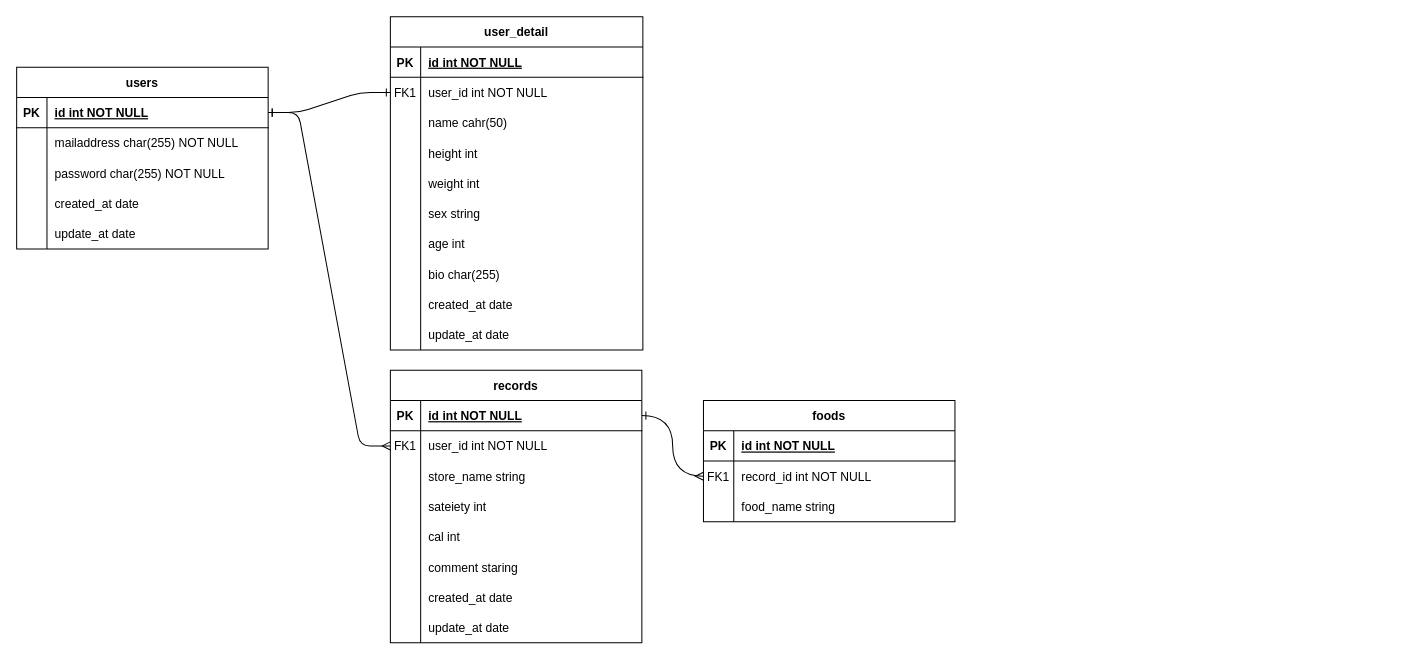
Earlier version of the draw.io diagram ER図.drawio (kouki515/laravel-render-test). Source tidied: cells renumbered, new cells numbered last; positions are measured from the earlier drawing's top-left corner, leaving out a move shared by most shapes. Both pictures are drawn from the tidied source at 101%, with x=0, y=0 at pixel (16, 16).
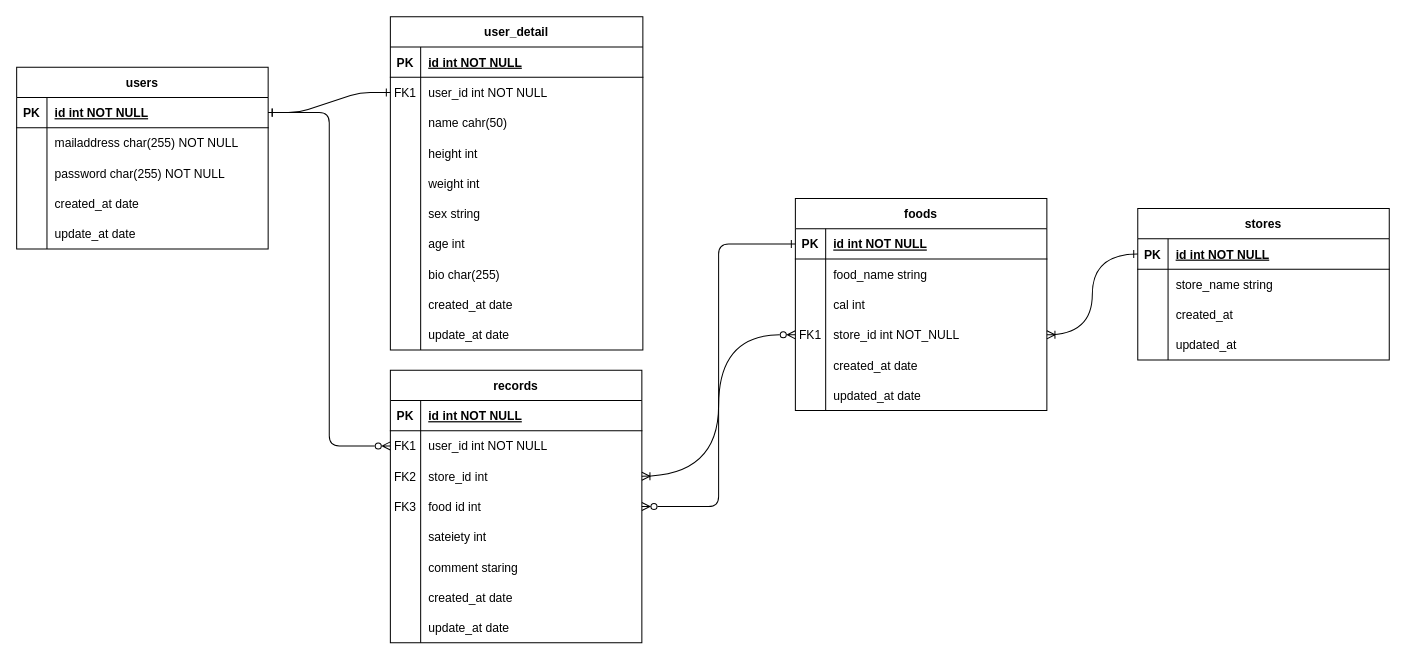
After the change.

The change refers to these unchanged cells:
```xml
<mxCell id="35" style="shape=partialRectangle;fillColor=none;points=[[0,0.5],[1,0.5]];portConstraint=eastwest;top=0;left=0;right=0;bottom=1;" parent="34" vertex="1">
  <mxGeometry y="30" width="249" height="30" as="geometry" />
</mxCell>
<mxCell id="50" value="records" style="shape=table;startSize=30;childLayout=tableLayout;rowLines=0;fontStyle=1;align=center;" parent="1" vertex="1">
  <mxGeometry x="370" y="350" width="249" height="270" as="geometry" />
</mxCell>
<mxCell id="51" style="shape=partialRectangle;fillColor=none;points=[[0,0.5],[1,0.5]];portConstraint=eastwest;top=0;left=0;right=0;bottom=1;" parent="50" vertex="1">
  <mxGeometry y="30" width="249" height="30" as="geometry" />
</mxCell>
<mxCell id="54" style="shape=partialRectangle;fillColor=none;points=[[0,0.5],[1,0.5]];portConstraint=eastwest;top=0;left=0;right=0;bottom=0;" parent="50" vertex="1">
  <mxGeometry y="60" width="249" height="30" as="geometry" />
</mxCell>
<mxCell id="57" style="shape=partialRectangle;fillColor=none;points=[[0,0.5],[1,0.5]];portConstraint=eastwest;top=0;left=0;right=0;bottom=0;" parent="50" vertex="1">
  <mxGeometry y="90" width="249" height="30" as="geometry" />
</mxCell>
<mxCell id="76" style="shape=partialRectangle;fillColor=none;points=[[0,0.5],[1,0.5]];portConstraint=eastwest;top=0;left=0;right=0;bottom=1;" parent="75" vertex="1">
  <mxGeometry y="30" width="249" height="30" as="geometry" />
</mxCell>
```

Change to the diagram source:
```diff
@@
-    <mxCell id="58" style="shape=partialRectangle;overflow=hidden;fillColor=none;top=0;left=0;bottom=0;right=0;" parent="57" vertex="1">
+    <mxCell id="58" value="FK2" style="shape=partialRectangle;overflow=hidden;fillColor=none;top=0;left=0;bottom=0;right=0;" parent="57" vertex="1">
       <mxGeometry width="30" height="30" as="geometry" />
     </mxCell>
-    <mxCell id="59" value="store_name string" style="shape=partialRectangle;overflow=hidden;fillColor=none;top=0;left=0;bottom=0;right=0;align=left;spacingLeft=6;" parent="57" vertex="1">
+    <mxCell id="59" value="store_id int" style="shape=partialRectangle;overflow=hidden;fillColor=none;top=0;left=0;bottom=0;right=0;align=left;spacingLeft=6;" parent="57" vertex="1">
       <mxGeometry x="30" width="219" height="30" as="geometry" />
     </mxCell>
+    <mxCell id="87" style="shape=partialRectangle;fillColor=none;points=[[0,0.5],[1,0.5]];portConstraint=eastwest;top=0;left=0;right=0;bottom=0;" parent="50" vertex="1">
+      <mxGeometry y="120" width="249" height="30" as="geometry" />
+    </mxCell>
+    <mxCell id="88" value="FK3" style="shape=partialRectangle;overflow=hidden;fillColor=none;top=0;left=0;bottom=0;right=0;" parent="87" vertex="1">
+      <mxGeometry width="30" height="30" as="geometry" />
+    </mxCell>
+    <mxCell id="89" value="food id int" style="shape=partialRectangle;overflow=hidden;fillColor=none;top=0;left=0;bottom=0;right=0;align=left;spacingLeft=6;" parent="87" vertex="1">
+      <mxGeometry x="30" width="219" height="30" as="geometry" />
+    </mxCell>
     <mxCell id="60" style="shape=partialRectangle;fillColor=none;top=0;left=0;right=0;bottom=0;" parent="50" vertex="1">
-      <mxGeometry y="120" width="249" height="30" as="geometry" />
+      <mxGeometry y="150" width="249" height="30" as="geometry" />
     </mxCell>
@@
-    <mxCell id="63" style="shape=partialRectangle;fillColor=none;top=0;left=0;right=0;bottom=0;" parent="50" vertex="1">
-      <mxGeometry y="150" width="249" height="30" as="geometry" />
-    </mxCell>
-    <mxCell id="64" style="shape=partialRectangle;overflow=hidden;fillColor=none;top=0;left=0;bottom=0;right=0;" parent="63" vertex="1">
-      <mxGeometry width="30" height="30" as="geometry" />
-    </mxCell>
-    <mxCell id="65" value="cal int" style="shape=partialRectangle;overflow=hidden;fillColor=none;top=0;left=0;bottom=0;right=0;align=left;spacingLeft=6;" parent="63" vertex="1">
-      <mxGeometry x="30" width="219" height="30" as="geometry" />
-    </mxCell>
@@
     <mxCell id="75" value="foods" style="shape=table;startSize=30;childLayout=tableLayout;rowLines=0;fontStyle=1;align=center;" parent="1" vertex="1">
-      <mxGeometry x="680" y="380" width="249" height="120" as="geometry" />
+      <mxGeometry x="771" y="180" width="249" height="210" as="geometry" />
     </mxCell>
@@
-    <mxCell id="79" style="shape=partialRectangle;fillColor=none;points=[[0,0.5],[1,0.5]];portConstraint=eastwest;top=0;left=0;right=0;bottom=0;" parent="75" vertex="1">
-      <mxGeometry y="60" width="249" height="30" as="geometry" />
-    </mxCell>
-    <mxCell id="80" value="FK1" style="shape=partialRectangle;overflow=hidden;fillColor=none;top=0;left=0;bottom=0;right=0;" parent="79" vertex="1">
-      <mxGeometry width="30" height="30" as="geometry" />
-    </mxCell>
-    <mxCell id="81" value="record_id int NOT NULL" style="shape=partialRectangle;overflow=hidden;fillColor=none;top=0;left=0;bottom=0;right=0;align=left;spacingLeft=6;" parent="79" vertex="1">
-      <mxGeometry x="30" width="219" height="30" as="geometry" />
-    </mxCell>
     <mxCell id="82" style="shape=partialRectangle;fillColor=none;top=0;left=0;right=0;bottom=0;" parent="75" vertex="1">
-      <mxGeometry y="90" width="249" height="30" as="geometry" />
+      <mxGeometry y="60" width="249" height="30" as="geometry" />
     </mxCell>
@@
-    <mxCell id="85" style="edgeStyle=orthogonalEdgeStyle;html=1;exitX=1;exitY=0.5;exitDx=0;exitDy=0;entryX=0;entryY=0.5;entryDx=0;entryDy=0;startArrow=ERone;startFill=0;endArrow=ERmany;endFill=0;curved=1;" parent="1" edge="1" source="51" target="79">
-      <mxGeometry relative="1" as="geometry" />
-    </mxCell>
+    <mxCell id="63" style="shape=partialRectangle;fillColor=none;top=0;left=0;right=0;bottom=0;" parent="75" vertex="1">
+      <mxGeometry y="90" width="249" height="30" as="geometry" />
+    </mxCell>
+    <mxCell id="64" style="shape=partialRectangle;overflow=hidden;fillColor=none;top=0;left=0;bottom=0;right=0;" parent="63" vertex="1">
+      <mxGeometry width="30" height="30" as="geometry" />
+    </mxCell>
+    <mxCell id="65" value="cal int" style="shape=partialRectangle;overflow=hidden;fillColor=none;top=0;left=0;bottom=0;right=0;align=left;spacingLeft=6;" parent="63" vertex="1">
+      <mxGeometry x="30" width="219" height="30" as="geometry" />
+    </mxCell>
+    <mxCell id="90" style="shape=partialRectangle;fillColor=none;points=[[0,0.5],[1,0.5]];portConstraint=eastwest;top=0;left=0;right=0;bottom=0;" parent="75" vertex="1">
+      <mxGeometry y="120" width="249" height="30" as="geometry" />
+    </mxCell>
+    <mxCell id="80" value="FK1" style="shape=partialRectangle;overflow=hidden;fillColor=none;top=0;left=0;bottom=0;right=0;" parent="90" vertex="1">
+      <mxGeometry width="30" height="30" as="geometry" />
+    </mxCell>
+    <mxCell id="91" value="store_id int NOT_NULL" style="shape=partialRectangle;overflow=hidden;fillColor=none;top=0;left=0;bottom=0;right=0;align=left;spacingLeft=6;" parent="90" vertex="1">
+      <mxGeometry x="30" width="219" height="30" as="geometry" />
+    </mxCell>
+    <mxCell id="92" style="shape=partialRectangle;fillColor=none;top=0;left=0;right=0;bottom=0;" parent="75" vertex="1">
+      <mxGeometry y="150" width="249" height="30" as="geometry" />
+    </mxCell>
+    <mxCell id="93" style="shape=partialRectangle;overflow=hidden;fillColor=none;top=0;left=0;bottom=0;right=0;" parent="92" vertex="1">
+      <mxGeometry width="30" height="30" as="geometry" />
+    </mxCell>
+    <mxCell id="94" value="created_at date" style="shape=partialRectangle;overflow=hidden;fillColor=none;top=0;left=0;bottom=0;right=0;align=left;spacingLeft=6;" parent="92" vertex="1">
+      <mxGeometry x="30" width="219" height="30" as="geometry" />
+    </mxCell>
+    <mxCell id="95" style="shape=partialRectangle;fillColor=none;top=0;left=0;right=0;bottom=0;" parent="75" vertex="1">
+      <mxGeometry y="180" width="249" height="30" as="geometry" />
+    </mxCell>
+    <mxCell id="96" style="shape=partialRectangle;overflow=hidden;fillColor=none;top=0;left=0;bottom=0;right=0;" parent="95" vertex="1">
+      <mxGeometry width="30" height="30" as="geometry" />
+    </mxCell>
+    <mxCell id="97" value="updated_at date" style="shape=partialRectangle;overflow=hidden;fillColor=none;top=0;left=0;bottom=0;right=0;align=left;spacingLeft=6;" parent="95" vertex="1">
+      <mxGeometry x="30" width="219" height="30" as="geometry" />
+    </mxCell>
-    <mxCell id="86" style="edgeStyle=entityRelationEdgeStyle;html=1;entryX=0;entryY=0.5;entryDx=0;entryDy=0;endArrow=ERmany;endFill=0;startArrow=ERone;startFill=0;" parent="1" edge="1" source="35" target="54">
+    <mxCell id="86" style="edgeStyle=orthogonalEdgeStyle;html=1;entryX=0;entryY=0.5;entryDx=0;entryDy=0;endArrow=ERzeroToMany;endFill=0;startArrow=ERone;startFill=0;" parent="1" edge="1" source="35" target="54">
       <mxGeometry relative="1" as="geometry" />
     </mxCell>
+    <mxCell id="98" value="stores" style="shape=table;startSize=30;childLayout=tableLayout;rowLines=0;fontStyle=1;align=center;" parent="1" vertex="1">
+      <mxGeometry x="1110" y="190" width="249" height="150" as="geometry" />
+    </mxCell>
+    <mxCell id="99" style="shape=partialRectangle;fillColor=none;points=[[0,0.5],[1,0.5]];portConstraint=eastwest;top=0;left=0;right=0;bottom=1;" parent="98" vertex="1">
+      <mxGeometry y="30" width="249" height="30" as="geometry" />
+    </mxCell>
+    <mxCell id="100" value="PK" style="shape=partialRectangle;overflow=hidden;fillColor=none;top=0;left=0;bottom=0;right=0;fontStyle=1;" parent="99" vertex="1">
+      <mxGeometry width="30" height="30" as="geometry" />
+    </mxCell>
+    <mxCell id="101" value="id int NOT NULL " style="shape=partialRectangle;overflow=hidden;fillColor=none;top=0;left=0;bottom=0;right=0;align=left;spacingLeft=6;fontStyle=5;" parent="99" vertex="1">
+      <mxGeometry x="30" width="219" height="30" as="geometry" />
+    </mxCell>
+    <mxCell id="79" style="shape=partialRectangle;fillColor=none;points=[[0,0.5],[1,0.5]];portConstraint=eastwest;top=0;left=0;right=0;bottom=0;" parent="98" vertex="1">
+      <mxGeometry y="60" width="249" height="30" as="geometry" />
+    </mxCell>
+    <mxCell id="102" style="shape=partialRectangle;overflow=hidden;fillColor=none;top=0;left=0;bottom=0;right=0;" parent="79" vertex="1">
+      <mxGeometry width="30" height="30" as="geometry" />
+    </mxCell>
+    <mxCell id="103" value="store_name string" style="shape=partialRectangle;overflow=hidden;fillColor=none;top=0;left=0;bottom=0;right=0;align=left;spacingLeft=6;" parent="79" vertex="1">
+      <mxGeometry x="30" width="219" height="30" as="geometry" />
+    </mxCell>
+    <mxCell id="104" style="shape=partialRectangle;fillColor=none;top=0;left=0;right=0;bottom=0;" parent="98" vertex="1">
+      <mxGeometry y="90" width="249" height="30" as="geometry" />
+    </mxCell>
+    <mxCell id="105" style="shape=partialRectangle;overflow=hidden;fillColor=none;top=0;left=0;bottom=0;right=0;" parent="104" vertex="1">
+      <mxGeometry width="30" height="30" as="geometry" />
+    </mxCell>
+    <mxCell id="106" value="created_at" style="shape=partialRectangle;overflow=hidden;fillColor=none;top=0;left=0;bottom=0;right=0;align=left;spacingLeft=6;" parent="104" vertex="1">
+      <mxGeometry x="30" width="219" height="30" as="geometry" />
+    </mxCell>
+    <mxCell id="107" style="shape=partialRectangle;fillColor=none;top=0;left=0;right=0;bottom=0;" parent="98" vertex="1">
+      <mxGeometry y="120" width="249" height="30" as="geometry" />
+    </mxCell>
+    <mxCell id="108" style="shape=partialRectangle;overflow=hidden;fillColor=none;top=0;left=0;bottom=0;right=0;" parent="107" vertex="1">
+      <mxGeometry width="30" height="30" as="geometry" />
+    </mxCell>
+    <mxCell id="109" value="updated_at" style="shape=partialRectangle;overflow=hidden;fillColor=none;top=0;left=0;bottom=0;right=0;align=left;spacingLeft=6;" parent="107" vertex="1">
+      <mxGeometry x="30" width="219" height="30" as="geometry" />
+    </mxCell>
+    <mxCell id="110" style="edgeStyle=orthogonalEdgeStyle;html=1;startArrow=ERzeroToMany;startFill=0;endArrow=ERone;endFill=0;" parent="1" edge="1" source="87" target="76">
+      <mxGeometry relative="1" as="geometry" />
+    </mxCell>
+    <mxCell id="111" style="edgeStyle=orthogonalEdgeStyle;curved=1;html=1;exitX=1;exitY=0.5;exitDx=0;exitDy=0;entryX=0;entryY=0.5;entryDx=0;entryDy=0;startArrow=ERoneToMany;startFill=0;endArrow=ERone;endFill=0;" parent="1" edge="1" source="90" target="99">
+      <mxGeometry relative="1" as="geometry" />
+    </mxCell>
+    <mxCell id="112" style="edgeStyle=orthogonalEdgeStyle;curved=1;html=1;entryX=0;entryY=0.5;entryDx=0;entryDy=0;startArrow=ERoneToMany;startFill=0;endArrow=ERzeroToMany;endFill=0;" parent="1" edge="1" source="57" target="90">
+      <mxGeometry relative="1" as="geometry" />
+    </mxCell>
```
